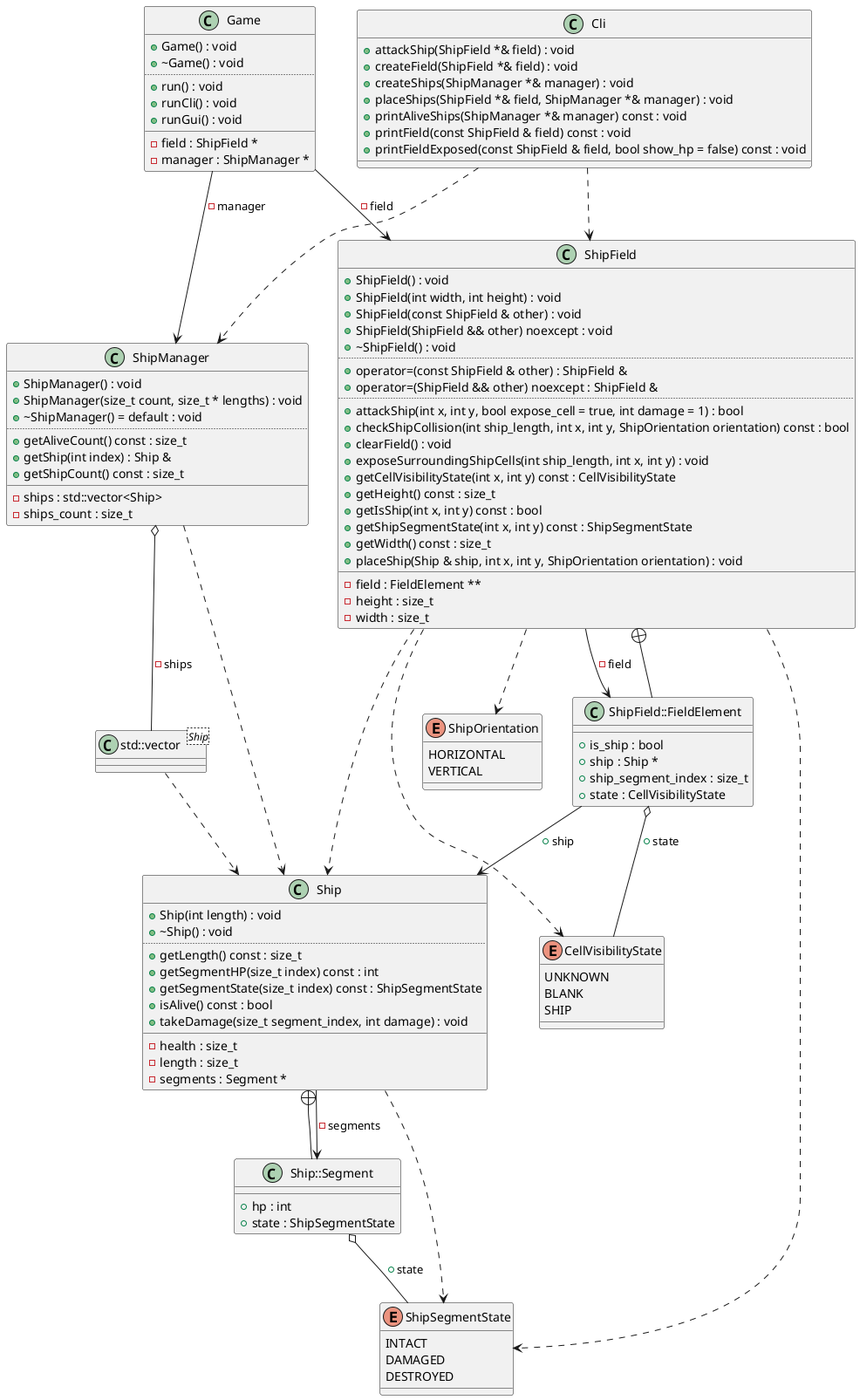
The PlantUML diagram diagrams/Game.png in Rennelv/ships, before a commit. Source of this version:
```plantuml
@startuml
class "std::vector<Ship>" as C_0010668212532447068380
class C_0010668212532447068380 {
__
}
enum "ShipSegmentState" as C_0014256742677139282670
enum C_0014256742677139282670 {
INTACT
DAMAGED
DESTROYED
}
enum "ShipOrientation" as C_0002579181642537833876
enum C_0002579181642537833876 {
HORIZONTAL
VERTICAL
}
enum "CellVisibilityState" as C_0003333043679234439357
enum C_0003333043679234439357 {
UNKNOWN
BLANK
SHIP
}
class "Ship" as C_0014529657433315016423
class C_0014529657433315016423 {
+Ship(int length) : void
+~Ship() : void
..
+getLength() const : size_t
+getSegmentHP(size_t index) const : int
+getSegmentState(size_t index) const : ShipSegmentState
+isAlive() const : bool
+takeDamage(size_t segment_index, int damage) : void
__
-health : size_t
-length : size_t
-segments : Segment *
}
class "Ship::Segment" as C_0000674658759292391449
class C_0000674658759292391449 {
__
+hp : int
+state : ShipSegmentState
}
class "ShipField" as C_0003843296779074973901
class C_0003843296779074973901 {
+ShipField() : void
+ShipField(int width, int height) : void
+ShipField(const ShipField & other) : void
+ShipField(ShipField && other) noexcept : void
+~ShipField() : void
..
+operator=(const ShipField & other) : ShipField &
+operator=(ShipField && other) noexcept : ShipField &
..
+attackShip(int x, int y, bool expose_cell = true, int damage = 1) : bool
+checkShipCollision(int ship_length, int x, int y, ShipOrientation orientation) const : bool
+clearField() : void
+exposeSurroundingShipCells(int ship_length, int x, int y) : void
+getCellVisibilityState(int x, int y) const : CellVisibilityState
+getHeight() const : size_t
+getIsShip(int x, int y) const : bool
+getShipSegmentState(int x, int y) const : ShipSegmentState
+getWidth() const : size_t
+placeShip(Ship & ship, int x, int y, ShipOrientation orientation) : void
__
-field : FieldElement **
-height : size_t
-width : size_t
}
class "ShipField::FieldElement" as C_0000316359785794417378
class C_0000316359785794417378 {
__
+is_ship : bool
+ship : Ship *
+ship_segment_index : size_t
+state : CellVisibilityState
}
class "ShipManager" as C_0017499122254539489506
class C_0017499122254539489506 {
+ShipManager() : void
+ShipManager(size_t count, size_t * lengths) : void
+~ShipManager() = default : void
..
+getAliveCount() const : size_t
+getShip(int index) : Ship &
+getShipCount() const : size_t
__
-ships : std::vector<Ship>
-ships_count : size_t
}
class "Game" as C_0017470460303031448044
class C_0017470460303031448044 {
+Game() : void
+~Game() : void
..
+run() : void
+runCli() : void
+runGui() : void
__
-field : ShipField *
-manager : ShipManager *
}
class "Cli" as C_0009229322579776335995
class C_0009229322579776335995 {
+attackShip(ShipField *& field) : void
+createField(ShipField *& field) : void
+createShips(ShipManager *& manager) : void
+placeShips(ShipField *& field, ShipManager *& manager) : void
+printAliveShips(ShipManager *& manager) const : void
+printField(const ShipField & field) const : void
+printFieldExposed(const ShipField & field, bool show_hp = false) const : void
__
}
C_0010668212532447068380 ..> C_0014529657433315016423
C_0014529657433315016423 ..> C_0014256742677139282670
C_0014529657433315016423 --> C_0000674658759292391449 : -segments
C_0000674658759292391449 --+ C_0014529657433315016423
C_0000674658759292391449 o-- C_0014256742677139282670 : +state
C_0003843296779074973901 ..> C_0002579181642537833876
C_0003843296779074973901 ..> C_0003333043679234439357
C_0003843296779074973901 ..> C_0014256742677139282670
C_0003843296779074973901 ..> C_0014529657433315016423
C_0003843296779074973901 --> C_0000316359785794417378 : -field
C_0000316359785794417378 --+ C_0003843296779074973901
C_0000316359785794417378 o-- C_0003333043679234439357 : +state
C_0000316359785794417378 --> C_0014529657433315016423 : +ship
C_0017499122254539489506 ..> C_0014529657433315016423
C_0017499122254539489506 o-- C_0010668212532447068380 : -ships
C_0017470460303031448044 --> C_0003843296779074973901 : -field
C_0017470460303031448044 --> C_0017499122254539489506 : -manager
C_0009229322579776335995 ..> C_0003843296779074973901
C_0009229322579776335995 ..> C_0017499122254539489506

@enduml
```
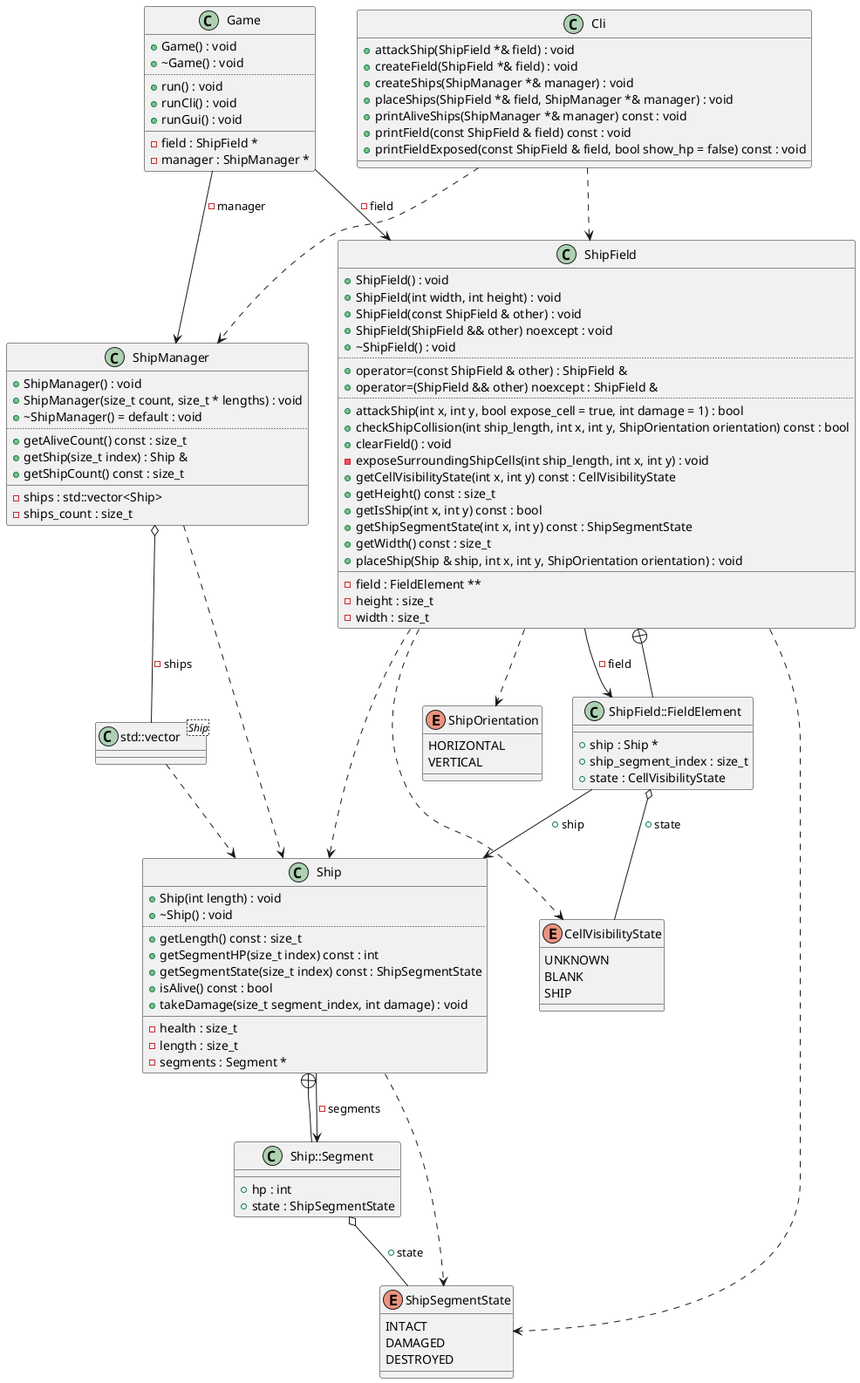
The same file after the commit.

Diff of the diagram source:
```diff
@@ -55,7 +55,7 @@
 +attackShip(int x, int y, bool expose_cell = true, int damage = 1) : bool
 +checkShipCollision(int ship_length, int x, int y, ShipOrientation orientation) const : bool
 +clearField() : void
-+exposeSurroundingShipCells(int ship_length, int x, int y) : void
+-exposeSurroundingShipCells(int ship_length, int x, int y) : void
 +getCellVisibilityState(int x, int y) const : CellVisibilityState
 +getHeight() const : size_t
 +getIsShip(int x, int y) const : bool
@@ -70,7 +70,6 @@
 class "ShipField::FieldElement" as C_0000316359785794417378
 class C_0000316359785794417378 {
 __
-+is_ship : bool
 +ship : Ship *
 +ship_segment_index : size_t
 +state : CellVisibilityState
@@ -82,7 +81,7 @@
 +~ShipManager() = default : void
 ..
 +getAliveCount() const : size_t
-+getShip(int index) : Ship &
++getShip(size_t index) : Ship &
 +getShipCount() const : size_t
 __
 -ships : std::vector<Ship>
```
